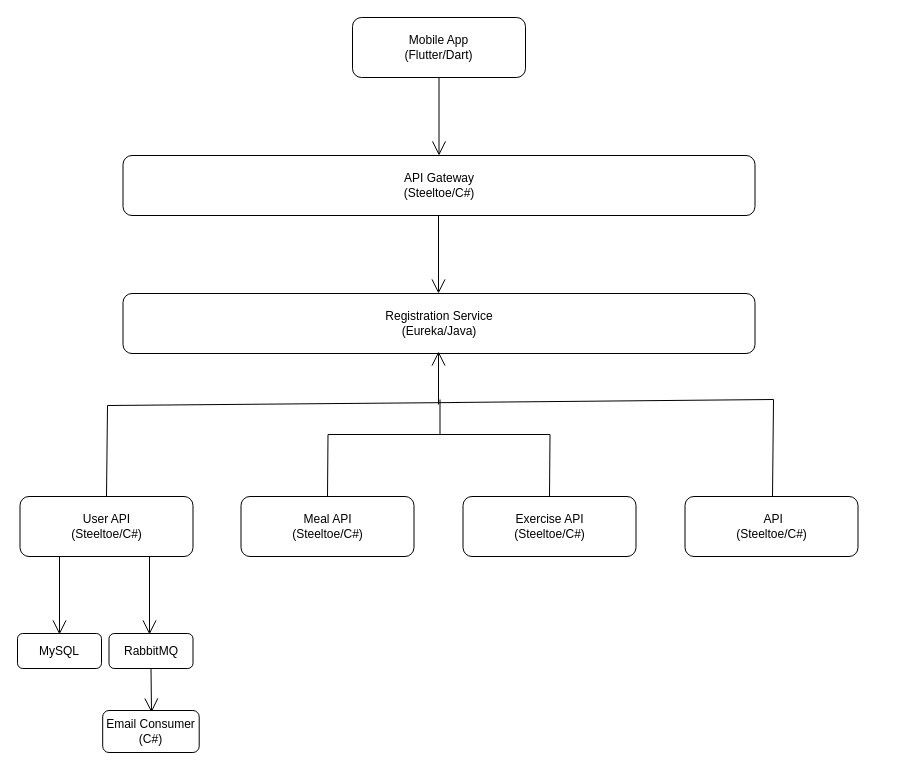
Before: Diagrama sin título.drawio in Scipion2002/HomieGainz, a draw.io diagram. Source tidied: cells renumbered, new cells numbered last; positions are measured from the earlier drawing's top-left corner, leaving out a move shared by most shapes. Both pictures are drawn from the tidied source at 100%, with x=0, y=0 at pixel (17, 17).
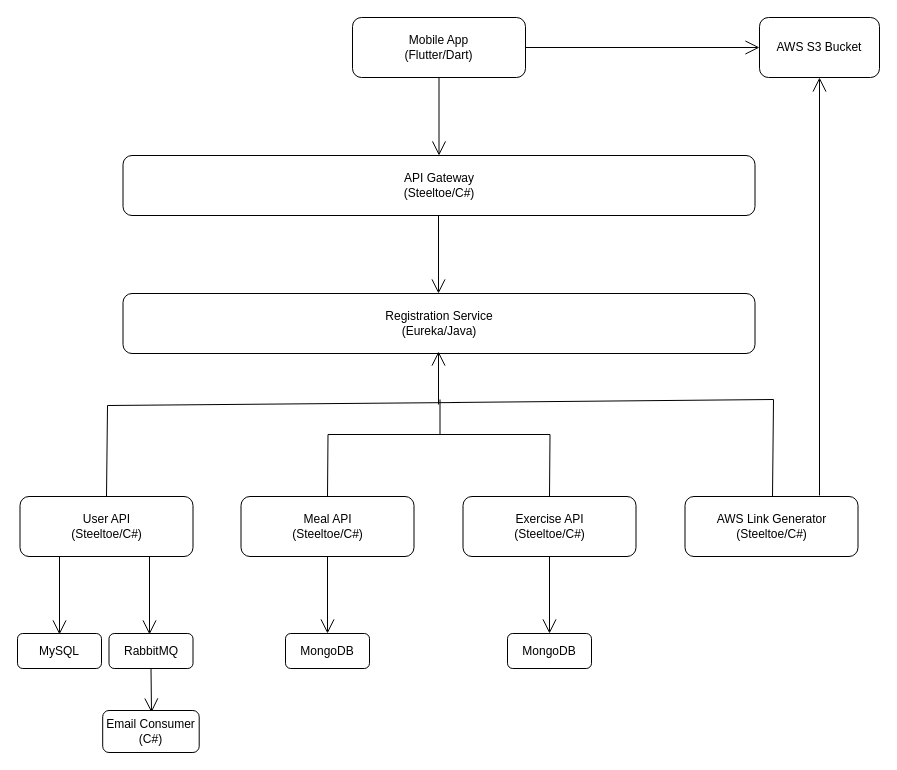
The same page after the edit.

Commit message:
Diagram done, need color

The change refers to these unchanged cells:
```xml
<mxCell id="2" value="Mobile App&lt;br&gt;(Flutter/Dart)" style="rounded=1;whiteSpace=wrap;html=1;" parent="1" vertex="1">
  <mxGeometry x="335" width="173" height="60" as="geometry" />
</mxCell>
<mxCell id="8" value="Meal API&lt;br&gt;(Steeltoe/C#)" style="rounded=1;whiteSpace=wrap;html=1;" parent="1" vertex="1">
  <mxGeometry x="223.5" y="479" width="173" height="60" as="geometry" />
</mxCell>
```

The edit, as a diff of the source:
```diff
@@
-    <mxCell id="9" value="&amp;nbsp;API&lt;br&gt;(Steeltoe/C#)" style="rounded=1;whiteSpace=wrap;html=1;" parent="1" vertex="1">
+    <mxCell id="9" value="AWS Link Generator&lt;br&gt;(Steeltoe/C#)" style="rounded=1;whiteSpace=wrap;html=1;" parent="1" vertex="1">
       <mxGeometry x="667.5" y="479" width="173" height="60" as="geometry" />
     </mxCell>
@@
+    <mxCell id="23" style="endArrow=open;endFill=1;endSize=12;html=1;rounded=0;exitX=1;exitY=0.5;exitDx=0;exitDy=0;entryX=0;entryY=0.5;entryDx=0;entryDy=0;" parent="1" edge="1" source="2" target="24">
+      <mxGeometry relative="1" as="geometry" />
+    </mxCell>
+    <mxCell id="24" value="AWS S3 Bucket" style="rounded=1;whiteSpace=wrap;html=1;" parent="1" vertex="1">
+      <mxGeometry x="742" width="120" height="60" as="geometry" />
+    </mxCell>
+    <mxCell id="25" style="endArrow=open;endFill=1;endSize=12;html=1;rounded=0;entryX=0.5;entryY=1;entryDx=0;entryDy=0;" parent="1" edge="1" target="24">
+      <mxGeometry relative="1" as="geometry">
+        <mxPoint x="802" y="478" as="sourcePoint" />
+      </mxGeometry>
+    </mxCell>
+    <mxCell id="26" value="MongoDB" style="rounded=1;whiteSpace=wrap;html=1;" parent="1" vertex="1">
+      <mxGeometry x="268" y="616" width="84" height="35" as="geometry" />
+    </mxCell>
+    <mxCell id="27" style="endArrow=open;endFill=1;endSize=12;html=1;rounded=0;exitX=0.5;exitY=1;exitDx=0;exitDy=0;entryX=0.5;entryY=0;entryDx=0;entryDy=0;" parent="1" edge="1" source="8" target="26">
+      <mxGeometry relative="1" as="geometry" />
+    </mxCell>
+    <mxCell id="28" value="MongoDB" style="rounded=1;whiteSpace=wrap;html=1;" parent="1" vertex="1">
+      <mxGeometry x="490" y="616" width="84" height="35" as="geometry" />
+    </mxCell>
+    <mxCell id="29" style="endArrow=open;endFill=1;endSize=12;html=1;rounded=0;exitX=0.5;exitY=1;exitDx=0;exitDy=0;entryX=0.5;entryY=0;entryDx=0;entryDy=0;" parent="1" edge="1" target="28">
+      <mxGeometry relative="1" as="geometry">
+        <mxPoint x="532" y="539" as="sourcePoint" />
+      </mxGeometry>
+    </mxCell>
```
